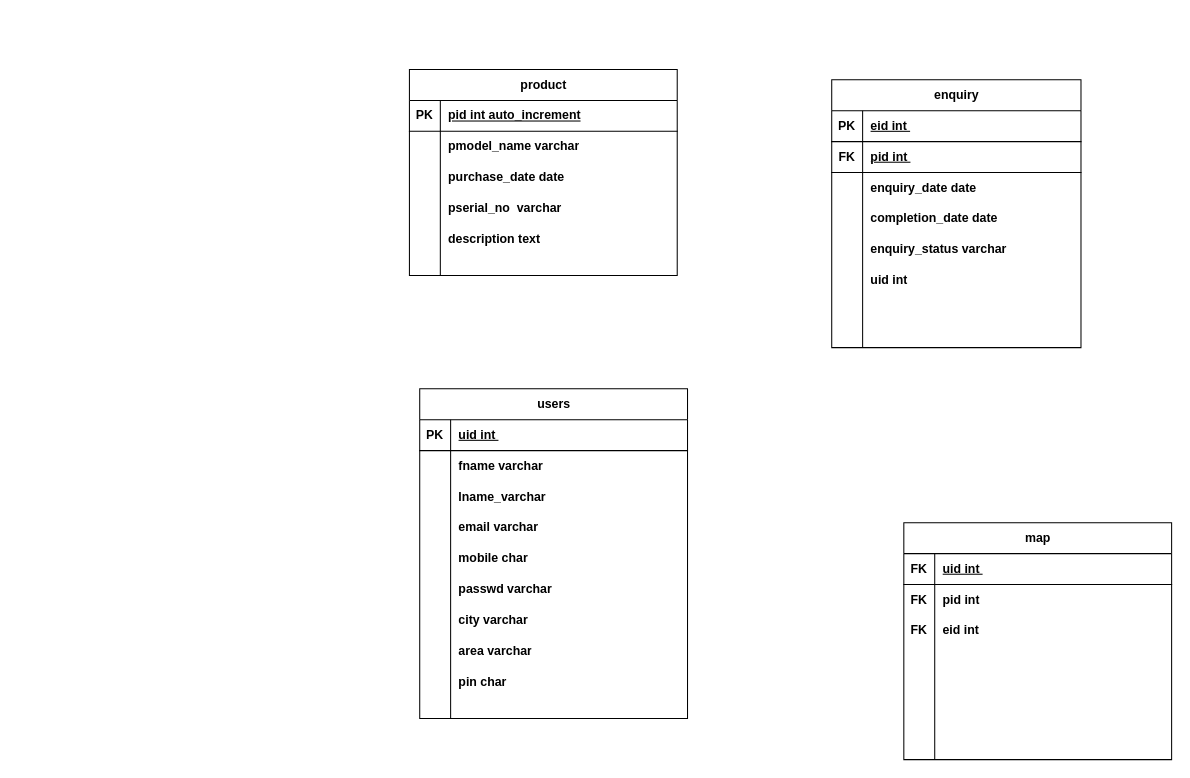
Above: ER.drawio in PG-Dac-Project/PG-DAC-Project (draw.io), before the change. Source tidied: cells renumbered, new cells numbered last; positions are measured from the earlier drawing's top-left corner, leaving out a move shared by most shapes. Both pictures are drawn from the tidied source at 103%, with x=0, y=0 at pixel (409, 69).
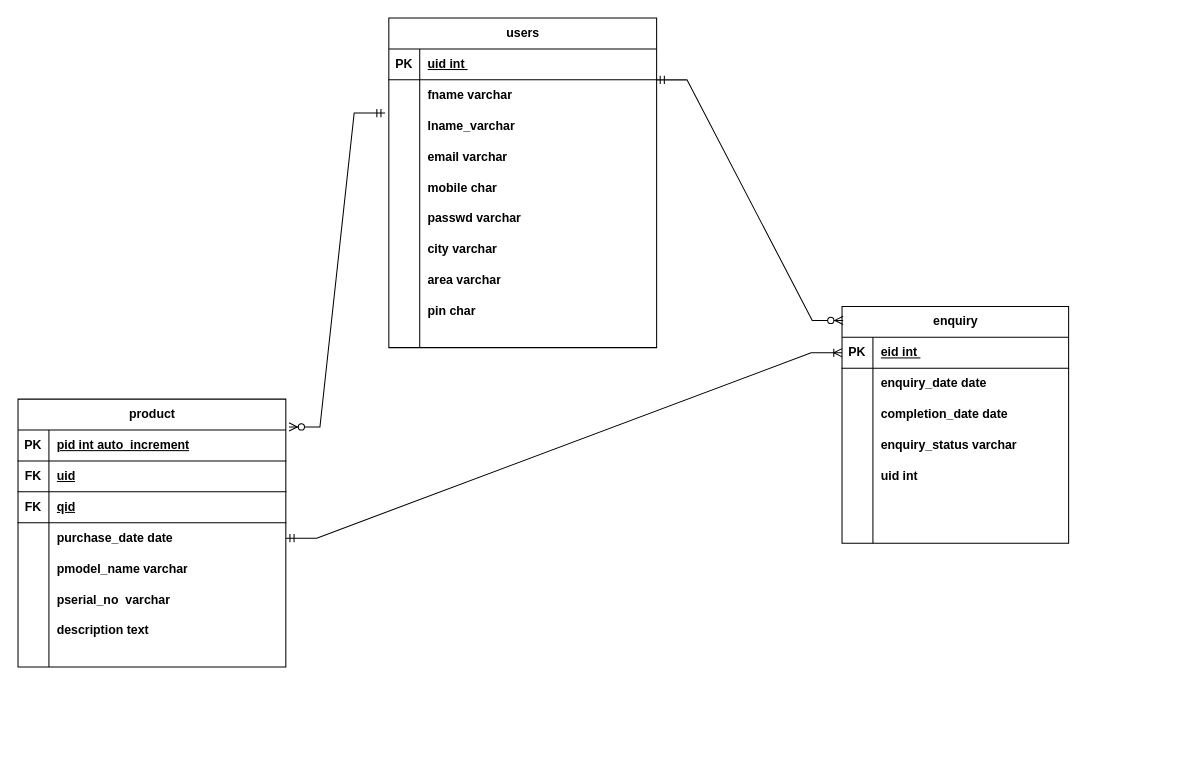
The same diagram, later.

The change refers to these unchanged cells:
```xml
<mxCell id="3" style="shape=tableRow;horizontal=0;startSize=0;swimlaneHead=0;swimlaneBody=0;fillColor=none;points=[[0,0.5],[1,0.5]];portConstraint=eastwest;top=0;left=0;right=0;bottom=1;" parent="2" vertex="1">
  <mxGeometry y="30" width="260" height="30" as="geometry" />
</mxCell>
<mxCell id="47" style="shape=tableRow;horizontal=0;startSize=0;swimlaneHead=0;swimlaneBody=0;fillColor=none;points=[[0,0.5],[1,0.5]];portConstraint=eastwest;top=0;left=0;right=0;bottom=1;" parent="46" vertex="1">
  <mxGeometry y="30" width="260" height="30" as="geometry" />
</mxCell>
<mxCell id="53" style="shape=tableRow;horizontal=0;startSize=0;swimlaneHead=0;swimlaneBody=0;fillColor=none;points=[[0,0.5],[1,0.5]];portConstraint=eastwest;top=0;left=0;right=0;bottom=0;" parent="46" vertex="1">
  <mxGeometry y="90" width="260" height="30" as="geometry" />
</mxCell>
```

Change to the diagram source:
```diff
@@
     <mxCell id="2" value="product" style="shape=table;startSize=30;childLayout=tableLayout;rowLines=0;fontStyle=1;align=center;html=1;" parent="1" vertex="1">
-      <mxGeometry width="260" height="200" as="geometry" />
+      <mxGeometry x="-380" y="320" width="260" height="260" as="geometry" />
     </mxCell>
@@
+    <mxCell id="99" style="shape=tableRow;horizontal=0;startSize=0;swimlaneHead=0;swimlaneBody=0;fillColor=none;top=0;left=0;right=0;bottom=1;" parent="2" vertex="1">
+      <mxGeometry y="60" width="260" height="30" as="geometry" />
+    </mxCell>
+    <mxCell id="100" value="FK" style="shape=partialRectangle;fillColor=none;top=0;left=0;bottom=0;right=0;fontStyle=1;overflow=hidden;whiteSpace=wrap;html=1;" parent="99" vertex="1">
+      <mxGeometry width="30" height="30" as="geometry" />
+    </mxCell>
+    <mxCell id="101" value="uid" style="shape=partialRectangle;fillColor=none;top=0;left=0;bottom=0;right=0;align=left;spacingLeft=6;fontStyle=5;overflow=hidden;whiteSpace=wrap;html=1;" parent="99" vertex="1">
+      <mxGeometry x="30" width="230" height="30" as="geometry" />
+    </mxCell>
+    <mxCell id="102" style="shape=tableRow;horizontal=0;startSize=0;swimlaneHead=0;swimlaneBody=0;fillColor=none;top=0;left=0;right=0;bottom=1;" parent="2" vertex="1">
+      <mxGeometry y="90" width="260" height="30" as="geometry" />
+    </mxCell>
+    <mxCell id="103" value="FK" style="shape=partialRectangle;fillColor=none;top=0;left=0;bottom=0;right=0;fontStyle=1;overflow=hidden;whiteSpace=wrap;html=1;" parent="102" vertex="1">
+      <mxGeometry width="30" height="30" as="geometry" />
+    </mxCell>
+    <mxCell id="104" value="qid" style="shape=partialRectangle;fillColor=none;top=0;left=0;bottom=0;right=0;align=left;spacingLeft=6;fontStyle=5;overflow=hidden;whiteSpace=wrap;html=1;" parent="102" vertex="1">
+      <mxGeometry x="30" width="230" height="30" as="geometry" />
+    </mxCell>
+    <mxCell id="9" style="shape=tableRow;horizontal=0;startSize=0;swimlaneHead=0;swimlaneBody=0;fillColor=none;points=[[0,0.5],[1,0.5]];portConstraint=eastwest;top=0;left=0;right=0;bottom=0;" parent="2" vertex="1">
+      <mxGeometry y="120" width="260" height="30" as="geometry" />
+    </mxCell>
+    <mxCell id="10" style="shape=partialRectangle;fillColor=none;top=0;left=0;bottom=0;right=0;overflow=hidden;whiteSpace=wrap;html=1;" parent="9" vertex="1">
+      <mxGeometry width="30" height="30" as="geometry" />
+    </mxCell>
+    <mxCell id="11" value="&lt;b&gt;purchase_date date&amp;nbsp;&lt;/b&gt;" style="shape=partialRectangle;fillColor=none;top=0;left=0;bottom=0;right=0;align=left;spacingLeft=6;overflow=hidden;whiteSpace=wrap;html=1;" parent="9" vertex="1">
+      <mxGeometry x="30" width="230" height="30" as="geometry" />
+    </mxCell>
     <mxCell id="6" style="shape=tableRow;horizontal=0;startSize=0;swimlaneHead=0;swimlaneBody=0;fillColor=none;top=0;left=0;right=0;bottom=0;" parent="2" vertex="1">
-      <mxGeometry y="60" width="260" height="30" as="geometry" />
+      <mxGeometry y="150" width="260" height="30" as="geometry" />
     </mxCell>
@@
-    <mxCell id="9" style="shape=tableRow;horizontal=0;startSize=0;swimlaneHead=0;swimlaneBody=0;fillColor=none;points=[[0,0.5],[1,0.5]];portConstraint=eastwest;top=0;left=0;right=0;bottom=0;" parent="2" vertex="1">
-      <mxGeometry y="90" width="260" height="30" as="geometry" />
-    </mxCell>
-    <mxCell id="10" style="shape=partialRectangle;fillColor=none;top=0;left=0;bottom=0;right=0;overflow=hidden;whiteSpace=wrap;html=1;" parent="9" vertex="1">
-      <mxGeometry width="30" height="30" as="geometry" />
-    </mxCell>
-    <mxCell id="11" value="&lt;b&gt;purchase_date date&amp;nbsp;&lt;/b&gt;" style="shape=partialRectangle;fillColor=none;top=0;left=0;bottom=0;right=0;align=left;spacingLeft=6;overflow=hidden;whiteSpace=wrap;html=1;" parent="9" vertex="1">
-      <mxGeometry x="30" width="230" height="30" as="geometry" />
-    </mxCell>
     <mxCell id="12" style="shape=tableRow;horizontal=0;startSize=0;swimlaneHead=0;swimlaneBody=0;fillColor=none;top=0;left=0;right=0;bottom=0;" parent="2" vertex="1">
-      <mxGeometry y="120" width="260" height="30" as="geometry" />
+      <mxGeometry y="180" width="260" height="30" as="geometry" />
     </mxCell>
@@
     <mxCell id="15" style="shape=tableRow;horizontal=0;startSize=0;swimlaneHead=0;swimlaneBody=0;fillColor=none;top=0;left=0;right=0;bottom=0;" parent="2" vertex="1">
-      <mxGeometry y="150" width="260" height="30" as="geometry" />
+      <mxGeometry y="210" width="260" height="30" as="geometry" />
     </mxCell>
@@
     <mxCell id="18" style="shape=tableRow;horizontal=0;startSize=0;swimlaneHead=0;swimlaneBody=0;fillColor=none;top=0;left=0;right=0;bottom=0;" parent="2" vertex="1">
-      <mxGeometry y="180" width="260" height="20" as="geometry" />
+      <mxGeometry y="240" width="260" height="20" as="geometry" />
     </mxCell>
@@
     <mxCell id="21" value="enquiry" style="shape=table;startSize=30;childLayout=tableLayout;rowLines=0;fontStyle=1;align=center;html=1;" parent="1" vertex="1">
-      <mxGeometry x="410" y="10" width="242" height="260" as="geometry" />
+      <mxGeometry x="420" y="230" width="220" height="230" as="geometry" />
     </mxCell>
     <mxCell id="22" style="shape=tableRow;horizontal=0;startSize=0;swimlaneHead=0;swimlaneBody=0;fillColor=none;points=[[0,0.5],[1,0.5]];portConstraint=eastwest;top=0;left=0;right=0;bottom=1;" parent="21" vertex="1">
-      <mxGeometry y="30" width="242" height="30" as="geometry" />
+      <mxGeometry y="30" width="220" height="30" as="geometry" />
     </mxCell>
@@
     <mxCell id="24" value="eid int&amp;nbsp;" style="shape=partialRectangle;fillColor=none;top=0;left=0;bottom=0;right=0;align=left;spacingLeft=6;fontStyle=5;overflow=hidden;whiteSpace=wrap;html=1;" parent="22" vertex="1">
-      <mxGeometry x="30" width="212" height="30" as="geometry" />
+      <mxGeometry x="30" width="190" height="30" as="geometry" />
     </mxCell>
-    <mxCell id="25" style="shape=tableRow;horizontal=0;startSize=0;swimlaneHead=0;swimlaneBody=0;fillColor=none;top=0;left=0;right=0;bottom=1;" parent="21" vertex="1">
-      <mxGeometry y="60" width="242" height="30" as="geometry" />
-    </mxCell>
-    <mxCell id="26" value="FK" style="shape=partialRectangle;fillColor=none;top=0;left=0;bottom=0;right=0;fontStyle=1;overflow=hidden;whiteSpace=wrap;html=1;" parent="25" vertex="1">
-      <mxGeometry width="30" height="30" as="geometry" />
-    </mxCell>
-    <mxCell id="27" value="pid int&amp;nbsp;" style="shape=partialRectangle;fillColor=none;top=0;left=0;bottom=0;right=0;align=left;spacingLeft=6;fontStyle=5;overflow=hidden;whiteSpace=wrap;html=1;" parent="25" vertex="1">
-      <mxGeometry x="30" width="212" height="30" as="geometry" />
-    </mxCell>
     <mxCell id="28" style="shape=tableRow;horizontal=0;startSize=0;swimlaneHead=0;swimlaneBody=0;fillColor=none;top=0;left=0;right=0;bottom=0;" parent="21" vertex="1">
-      <mxGeometry y="90" width="242" height="30" as="geometry" />
+      <mxGeometry y="60" width="220" height="30" as="geometry" />
     </mxCell>
@@
     <mxCell id="30" value="&lt;b&gt;enquiry_date date&amp;nbsp;&lt;/b&gt;" style="shape=partialRectangle;fillColor=none;top=0;left=0;bottom=0;right=0;align=left;spacingLeft=6;overflow=hidden;whiteSpace=wrap;html=1;" parent="28" vertex="1">
-      <mxGeometry x="30" width="212" height="30" as="geometry" />
+      <mxGeometry x="30" width="190" height="30" as="geometry" />
     </mxCell>
     <mxCell id="31" style="shape=tableRow;horizontal=0;startSize=0;swimlaneHead=0;swimlaneBody=0;fillColor=none;top=0;left=0;right=0;bottom=0;" parent="21" vertex="1">
-      <mxGeometry y="120" width="242" height="30" as="geometry" />
+      <mxGeometry y="90" width="220" height="30" as="geometry" />
     </mxCell>
@@
     <mxCell id="33" value="&lt;b&gt;completion_date date&amp;nbsp;&lt;/b&gt;" style="shape=partialRectangle;fillColor=none;top=0;left=0;bottom=0;right=0;align=left;spacingLeft=6;overflow=hidden;whiteSpace=wrap;html=1;" parent="31" vertex="1">
-      <mxGeometry x="30" width="212" height="30" as="geometry" />
+      <mxGeometry x="30" width="190" height="30" as="geometry" />
     </mxCell>
     <mxCell id="34" style="shape=tableRow;horizontal=0;startSize=0;swimlaneHead=0;swimlaneBody=0;fillColor=none;top=0;left=0;right=0;bottom=0;" parent="21" vertex="1">
-      <mxGeometry y="150" width="242" height="30" as="geometry" />
+      <mxGeometry y="120" width="220" height="30" as="geometry" />
     </mxCell>
@@
     <mxCell id="36" value="&lt;b&gt;enquiry_status varchar&amp;nbsp;&lt;/b&gt;" style="shape=partialRectangle;fillColor=none;top=0;left=0;bottom=0;right=0;align=left;spacingLeft=6;overflow=hidden;whiteSpace=wrap;html=1;" parent="34" vertex="1">
-      <mxGeometry x="30" width="212" height="30" as="geometry" />
+      <mxGeometry x="30" width="190" height="30" as="geometry" />
     </mxCell>
     <mxCell id="37" style="shape=tableRow;horizontal=0;startSize=0;swimlaneHead=0;swimlaneBody=0;fillColor=none;top=0;left=0;right=0;bottom=0;" parent="21" vertex="1">
-      <mxGeometry y="180" width="242" height="30" as="geometry" />
+      <mxGeometry y="150" width="220" height="30" as="geometry" />
     </mxCell>
@@
     <mxCell id="39" value="&lt;b&gt;uid int&lt;/b&gt;" style="shape=partialRectangle;fillColor=none;top=0;left=0;bottom=0;right=0;align=left;spacingLeft=6;overflow=hidden;whiteSpace=wrap;html=1;" parent="37" vertex="1">
-      <mxGeometry x="30" width="212" height="30" as="geometry" />
+      <mxGeometry x="30" width="190" height="30" as="geometry" />
     </mxCell>
     <mxCell id="40" style="shape=tableRow;horizontal=0;startSize=0;swimlaneHead=0;swimlaneBody=0;fillColor=none;top=0;left=0;right=0;bottom=0;" parent="21" vertex="1">
-      <mxGeometry y="210" width="242" height="30" as="geometry" />
+      <mxGeometry y="180" width="220" height="30" as="geometry" />
     </mxCell>
@@
     <mxCell id="42" style="shape=partialRectangle;fillColor=none;top=0;left=0;bottom=0;right=0;align=left;spacingLeft=6;overflow=hidden;whiteSpace=wrap;html=1;" parent="40" vertex="1">
-      <mxGeometry x="30" width="212" height="30" as="geometry" />
+      <mxGeometry x="30" width="190" height="30" as="geometry" />
     </mxCell>
     <mxCell id="43" style="shape=tableRow;horizontal=0;startSize=0;swimlaneHead=0;swimlaneBody=0;fillColor=none;top=0;left=0;right=0;bottom=0;" parent="21" vertex="1">
-      <mxGeometry y="240" width="242" height="20" as="geometry" />
+      <mxGeometry y="210" width="220" height="20" as="geometry" />
     </mxCell>
@@
     <mxCell id="45" style="shape=partialRectangle;fillColor=none;top=0;left=0;bottom=0;right=0;align=left;spacingLeft=6;overflow=hidden;whiteSpace=wrap;html=1;" parent="43" vertex="1">
-      <mxGeometry x="30" width="212" height="20" as="geometry" />
+      <mxGeometry x="30" width="190" height="20" as="geometry" />
     </mxCell>
     <mxCell id="46" value="users" style="shape=table;startSize=30;childLayout=tableLayout;rowLines=0;fontStyle=1;align=center;html=1;" parent="1" vertex="1">
-      <mxGeometry x="10" y="310" width="260" height="320" as="geometry" />
+      <mxGeometry x="-20" y="-50" width="260" height="320" as="geometry" />
     </mxCell>
@@
-    <mxCell id="77" value="map" style="shape=table;startSize=30;childLayout=tableLayout;rowLines=0;fontStyle=1;align=center;html=1;" parent="1" vertex="1">
-      <mxGeometry x="480" y="440" width="260" height="230" as="geometry" />
-    </mxCell>
-    <mxCell id="78" style="shape=tableRow;horizontal=0;startSize=0;swimlaneHead=0;swimlaneBody=0;fillColor=none;top=0;left=0;right=0;bottom=1;" parent="77" vertex="1">
-      <mxGeometry y="30" width="260" height="30" as="geometry" />
-    </mxCell>
-    <mxCell id="79" value="FK" style="shape=partialRectangle;fillColor=none;top=0;left=0;bottom=0;right=0;fontStyle=1;overflow=hidden;whiteSpace=wrap;html=1;" parent="78" vertex="1">
-      <mxGeometry width="30" height="30" as="geometry" />
-    </mxCell>
-    <mxCell id="80" value="uid int&amp;nbsp;" style="shape=partialRectangle;fillColor=none;top=0;left=0;bottom=0;right=0;align=left;spacingLeft=6;fontStyle=5;overflow=hidden;whiteSpace=wrap;html=1;" parent="78" vertex="1">
-      <mxGeometry x="30" width="230" height="30" as="geometry" />
-    </mxCell>
-    <mxCell id="81" style="shape=tableRow;horizontal=0;startSize=0;swimlaneHead=0;swimlaneBody=0;fillColor=none;top=0;left=0;right=0;bottom=0;" parent="77" vertex="1">
-      <mxGeometry y="60" width="260" height="30" as="geometry" />
-    </mxCell>
-    <mxCell id="82" value="&lt;b&gt;FK&lt;/b&gt;" style="shape=partialRectangle;fillColor=none;top=0;left=0;bottom=0;right=0;overflow=hidden;whiteSpace=wrap;html=1;" parent="81" vertex="1">
-      <mxGeometry width="30" height="30" as="geometry" />
-    </mxCell>
-    <mxCell id="83" value="&lt;b&gt;pid int&lt;/b&gt;" style="shape=partialRectangle;fillColor=none;top=0;left=0;bottom=0;right=0;align=left;spacingLeft=6;overflow=hidden;whiteSpace=wrap;html=1;" parent="81" vertex="1">
-      <mxGeometry x="30" width="230" height="30" as="geometry" />
-    </mxCell>
-    <mxCell id="84" style="shape=tableRow;horizontal=0;startSize=0;swimlaneHead=0;swimlaneBody=0;fillColor=none;top=0;left=0;right=0;bottom=0;" parent="77" vertex="1">
-      <mxGeometry y="90" width="260" height="30" as="geometry" />
-    </mxCell>
-    <mxCell id="85" value="&lt;b&gt;FK&lt;/b&gt;" style="shape=partialRectangle;fillColor=none;top=0;left=0;bottom=0;right=0;overflow=hidden;whiteSpace=wrap;html=1;" parent="84" vertex="1">
-      <mxGeometry width="30" height="30" as="geometry" />
-    </mxCell>
-    <mxCell id="86" value="&lt;b&gt;eid int&amp;nbsp;&lt;/b&gt;" style="shape=partialRectangle;fillColor=none;top=0;left=0;bottom=0;right=0;align=left;spacingLeft=6;overflow=hidden;whiteSpace=wrap;html=1;" parent="84" vertex="1">
-      <mxGeometry x="30" width="230" height="30" as="geometry" />
-    </mxCell>
-    <mxCell id="87" style="shape=tableRow;horizontal=0;startSize=0;swimlaneHead=0;swimlaneBody=0;fillColor=none;top=0;left=0;right=0;bottom=0;" parent="77" vertex="1">
-      <mxGeometry y="120" width="260" height="30" as="geometry" />
-    </mxCell>
-    <mxCell id="88" style="shape=partialRectangle;fillColor=none;top=0;left=0;bottom=0;right=0;overflow=hidden;whiteSpace=wrap;html=1;" parent="87" vertex="1">
-      <mxGeometry width="30" height="30" as="geometry" />
-    </mxCell>
-    <mxCell id="89" style="shape=partialRectangle;fillColor=none;top=0;left=0;bottom=0;right=0;align=left;spacingLeft=6;overflow=hidden;whiteSpace=wrap;html=1;" parent="87" vertex="1">
-      <mxGeometry x="30" width="230" height="30" as="geometry" />
-    </mxCell>
-    <mxCell id="90" style="shape=tableRow;horizontal=0;startSize=0;swimlaneHead=0;swimlaneBody=0;fillColor=none;top=0;left=0;right=0;bottom=0;" parent="77" vertex="1">
-      <mxGeometry y="150" width="260" height="30" as="geometry" />
-    </mxCell>
-    <mxCell id="91" style="shape=partialRectangle;fillColor=none;top=0;left=0;bottom=0;right=0;overflow=hidden;whiteSpace=wrap;html=1;" parent="90" vertex="1">
-      <mxGeometry width="30" height="30" as="geometry" />
-    </mxCell>
-    <mxCell id="92" style="shape=partialRectangle;fillColor=none;top=0;left=0;bottom=0;right=0;align=left;spacingLeft=6;overflow=hidden;whiteSpace=wrap;html=1;" parent="90" vertex="1">
-      <mxGeometry x="30" width="230" height="30" as="geometry" />
-    </mxCell>
-    <mxCell id="93" style="shape=tableRow;horizontal=0;startSize=0;swimlaneHead=0;swimlaneBody=0;fillColor=none;top=0;left=0;right=0;bottom=0;" parent="77" vertex="1">
-      <mxGeometry y="180" width="260" height="30" as="geometry" />
-    </mxCell>
-    <mxCell id="94" style="shape=partialRectangle;fillColor=none;top=0;left=0;bottom=0;right=0;overflow=hidden;whiteSpace=wrap;html=1;" parent="93" vertex="1">
-      <mxGeometry width="30" height="30" as="geometry" />
-    </mxCell>
-    <mxCell id="95" style="shape=partialRectangle;fillColor=none;top=0;left=0;bottom=0;right=0;align=left;spacingLeft=6;overflow=hidden;whiteSpace=wrap;html=1;" parent="93" vertex="1">
-      <mxGeometry x="30" width="230" height="30" as="geometry" />
-    </mxCell>
-    <mxCell id="96" style="shape=tableRow;horizontal=0;startSize=0;swimlaneHead=0;swimlaneBody=0;fillColor=none;top=0;left=0;right=0;bottom=0;" parent="77" vertex="1">
-      <mxGeometry y="210" width="260" height="20" as="geometry" />
-    </mxCell>
-    <mxCell id="97" style="shape=partialRectangle;fillColor=none;top=0;left=0;bottom=0;right=0;overflow=hidden;whiteSpace=wrap;html=1;" parent="96" vertex="1">
-      <mxGeometry width="30" height="20" as="geometry" />
-    </mxCell>
-    <mxCell id="98" style="shape=partialRectangle;fillColor=none;top=0;left=0;bottom=0;right=0;align=left;spacingLeft=6;overflow=hidden;whiteSpace=wrap;html=1;" parent="96" vertex="1">
-      <mxGeometry x="30" width="230" height="20" as="geometry" />
-    </mxCell>
+    <mxCell id="105" style="edgeStyle=entityRelationEdgeStyle;fontSize=12;html=1;endArrow=ERzeroToMany;startArrow=ERmandOne;rounded=0;entryX=0.005;entryY=0.059;entryDx=0;entryDy=0;entryPerimeter=0;exitX=0.998;exitY=1.002;exitDx=0;exitDy=0;exitPerimeter=0;" parent="1" edge="1" source="47" target="21">
+      <mxGeometry relative="1" as="geometry" />
+    </mxCell>
+    <mxCell id="106" style="edgeStyle=entityRelationEdgeStyle;fontSize=12;html=1;endArrow=ERzeroToMany;startArrow=ERmandOne;rounded=0;exitX=-0.014;exitY=0.074;exitDx=0;exitDy=0;exitPerimeter=0;entryX=1.012;entryY=-0.1;entryDx=0;entryDy=0;entryPerimeter=0;" parent="1" edge="1" source="53" target="3">
+      <mxGeometry relative="1" as="geometry" />
+    </mxCell>
+    <mxCell id="107" style="edgeStyle=entityRelationEdgeStyle;fontSize=12;html=1;endArrow=ERoneToMany;startArrow=ERmandOne;rounded=0;" parent="1" edge="1" source="9" target="22">
+      <mxGeometry relative="1" as="geometry" />
+    </mxCell>
```
